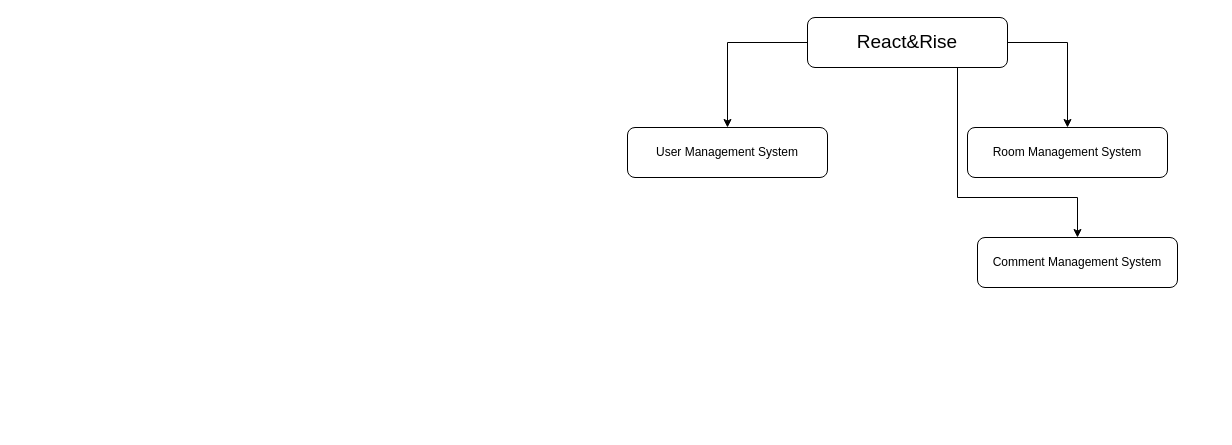
This is Reports/FDD.drawio from PrashannaLohani/FinalYearProject, a draw.io file, before an edit. Source tidied: cells renumbered, new cells numbered last; positions are measured from the earlier drawing's top-left corner, leaving out a move shared by most shapes. Both pictures are drawn from the tidied source at 100%, with x=0, y=0 at pixel (627, 17).
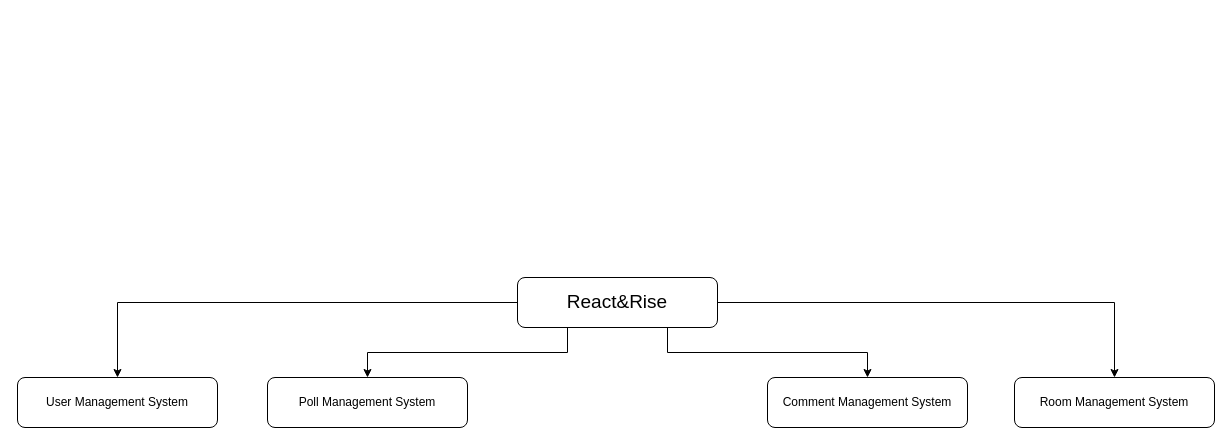
After the change.

Diff of the diagram source:
```diff
@@
 <mxGraphModel>
   <root>
     <mxCell id="0" />
     <mxCell id="1" parent="0" />
+    <mxCell id="6" style="edgeStyle=orthogonalEdgeStyle;rounded=0;jettySize=auto;html=1;exitX=0;exitY=0.5;exitDx=0;exitDy=0;entryX=0.5;entryY=0;entryDx=0;entryDy=0;" parent="1" edge="1" source="2" target="3">
+      <mxGeometry relative="1" as="geometry" />
+    </mxCell>
+    <mxCell id="9" style="edgeStyle=orthogonalEdgeStyle;rounded=0;jettySize=auto;html=1;exitX=0.25;exitY=1;exitDx=0;exitDy=0;entryX=0.5;entryY=0;entryDx=0;entryDy=0;" parent="1" edge="1" source="2" target="10">
+      <mxGeometry relative="1" as="geometry" />
+    </mxCell>
+    <mxCell id="7" style="edgeStyle=orthogonalEdgeStyle;rounded=0;jettySize=auto;html=1;exitX=0.75;exitY=1;exitDx=0;exitDy=0;" parent="1" edge="1" source="2" target="5">
+      <mxGeometry relative="1" as="geometry" />
+    </mxCell>
+    <mxCell id="8" style="edgeStyle=orthogonalEdgeStyle;rounded=0;jettySize=auto;html=1;exitX=1;exitY=0.5;exitDx=0;exitDy=0;" parent="1" edge="1" source="2" target="4">
+      <mxGeometry relative="1" as="geometry" />
+    </mxCell>
     <mxCell id="2" value="&lt;font style=&quot;font-size: 19px;&quot;&gt;React&amp;amp;Rise&lt;/font&gt;" style="rounded=1;whiteSpace=wrap;html=1;" parent="1" vertex="1">
-      <mxGeometry x="180" width="200" height="50" as="geometry" />
+      <mxGeometry x="-110" y="260" width="200" height="50" as="geometry" />
     </mxCell>
     <mxCell id="3" value="User Management System" style="rounded=1;whiteSpace=wrap;html=1;" parent="1" vertex="1">
-      <mxGeometry y="110" width="200" height="50" as="geometry" />
+      <mxGeometry x="-610" y="360" width="200" height="50" as="geometry" />
     </mxCell>
     <mxCell id="4" value="Room Management System" style="rounded=1;whiteSpace=wrap;html=1;" parent="1" vertex="1">
-      <mxGeometry x="340" y="110" width="200" height="50" as="geometry" />
+      <mxGeometry x="387" y="360" width="200" height="50" as="geometry" />
     </mxCell>
     <mxCell id="5" value="Comment Management System" style="rounded=1;whiteSpace=wrap;html=1;" parent="1" vertex="1">
-      <mxGeometry x="350" y="220" width="200" height="50" as="geometry" />
+      <mxGeometry x="140" y="360" width="200" height="50" as="geometry" />
     </mxCell>
-    <mxCell id="6" style="endArrow=classic;html=1;rounded=0;entryX=0.5;entryY=0;entryDx=0;entryDy=0;fontStyle=1;exitX=0;exitY=0.5;exitDx=0;exitDy=0;" parent="1" edge="1" source="2" target="3">
-      <mxGeometry relative="1" as="geometry">
-        <Array as="points">
-          <mxPoint x="100" y="25" />
-        </Array>
-      </mxGeometry>
-    </mxCell>
-    <mxCell id="7" style="endArrow=classic;html=1;rounded=0;entryX=0.5;entryY=0;entryDx=0;entryDy=0;fontStyle=1;exitX=0.75;exitY=1;exitDx=0;exitDy=0;" parent="1" edge="1" source="2" target="5">
-      <mxGeometry relative="1" as="geometry">
-        <Array as="points">
-          <mxPoint x="330" y="180" />
-          <mxPoint x="450" y="180" />
-        </Array>
-      </mxGeometry>
-    </mxCell>
-    <mxCell id="8" style="endArrow=classic;html=1;rounded=0;fontStyle=1;exitX=1;exitY=0.5;exitDx=0;exitDy=0;entryX=0.5;entryY=0;entryDx=0;entryDy=0;" parent="1" edge="1" source="2" target="4">
-      <mxGeometry relative="1" as="geometry">
-        <Array as="points">
-          <mxPoint x="440" y="25" />
-        </Array>
-      </mxGeometry>
-    </mxCell>
+    <mxCell id="10" value="Poll Management System" style="rounded=1;whiteSpace=wrap;html=1;" parent="1" vertex="1">
+      <mxGeometry x="-360" y="360" width="200" height="50" as="geometry" />
+    </mxCell>
   </root>
 </mxGraphModel>
```
